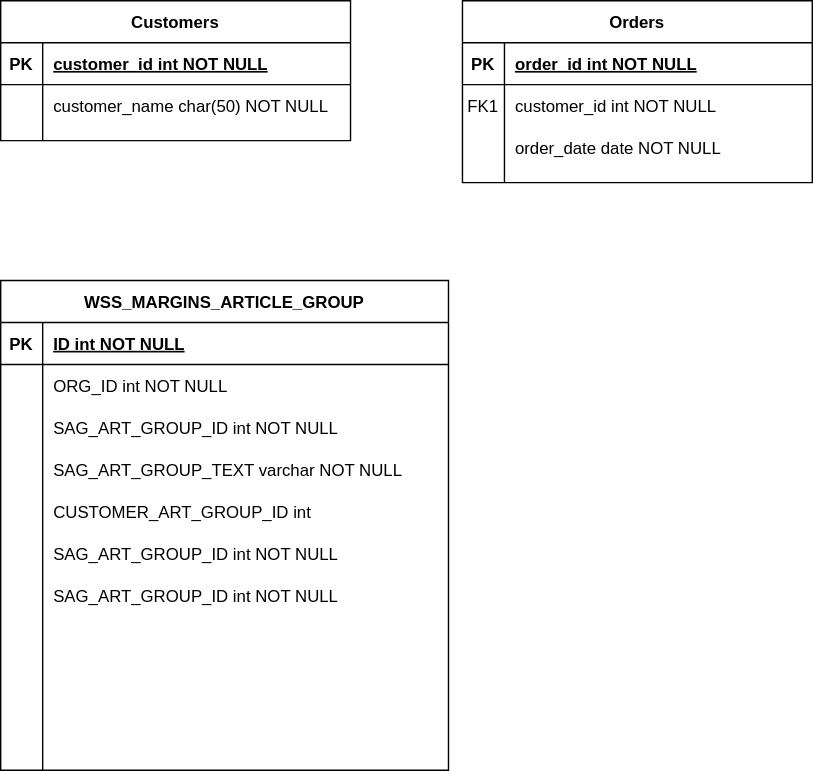
This is Untitled Diagram.svg from hiendn1992/Algo, a draw.io export, as it was before one commit. Source tidied: cells renumbered, new cells last; positions are measured from the earlier drawing's top-left corner, leaving out a move shared by most shapes.
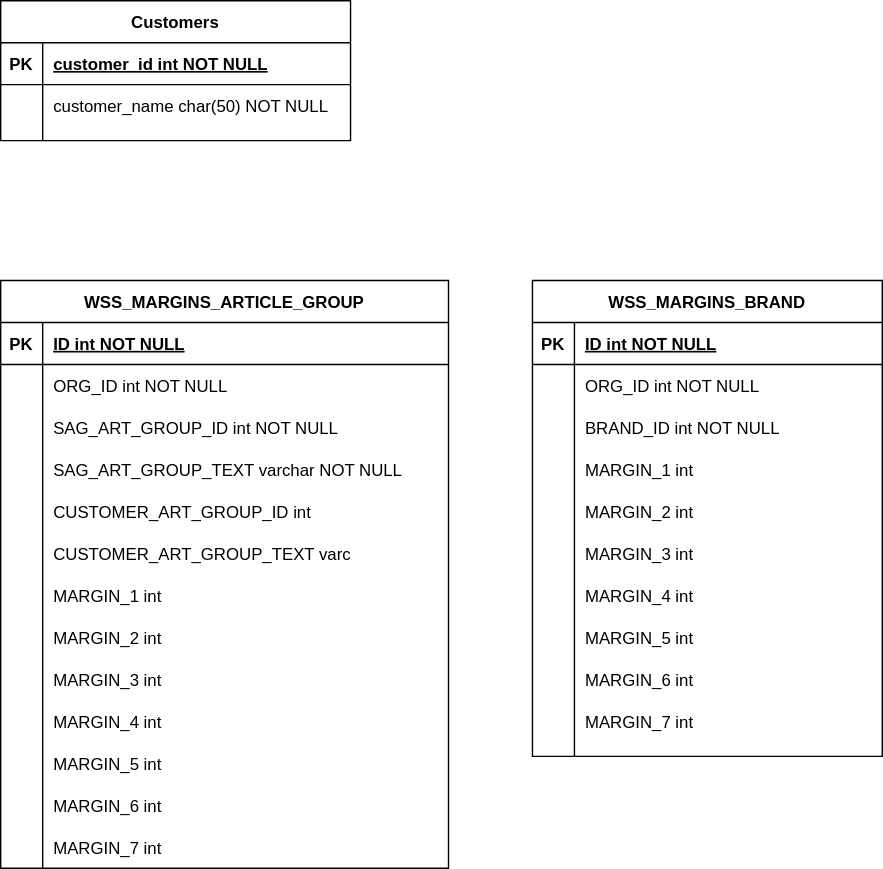
Later version of the same file.

Diff of the diagram source:
```diff
@@ -2,8 +2,8 @@
   <root>
     <mxCell id="0" />
     <mxCell id="1" parent="0" />
-    <mxCell id="2" value="Orders" style="shape=table;startSize=30;rowLines=0;fontStyle=1;align=center;" parent="1" vertex="1">
-      <mxGeometry x="330" width="250" height="130" as="geometry" />
+    <mxCell id="2" value="WSS_MARGINS_BRAND" style="shape=table;startSize=30;rowLines=0;fontStyle=1;align=center;" parent="1" vertex="1">
+      <mxGeometry x="380" y="200" width="250" height="340" as="geometry" />
     </mxCell>
     <mxCell id="3" style="shape=partialRectangle;fillColor=none;top=0;left=0;right=0;bottom=1;" parent="2" vertex="1">
       <mxGeometry y="30" width="250" height="30" as="geometry" />
@@ -11,16 +11,16 @@
     <mxCell id="4" value="PK" style="shape=partialRectangle;overflow=hidden;fillColor=none;top=0;left=0;bottom=0;right=0;fontStyle=1;" parent="3" vertex="1">
       <mxGeometry width="30" height="30" as="geometry" />
     </mxCell>
-    <mxCell id="5" value="order_id int NOT NULL " style="shape=partialRectangle;overflow=hidden;fillColor=none;top=0;left=0;bottom=0;right=0;align=left;spacingLeft=6;fontStyle=5;" parent="3" vertex="1">
+    <mxCell id="5" value="ID int NOT NULL" style="shape=partialRectangle;overflow=hidden;fillColor=none;top=0;left=0;bottom=0;right=0;align=left;spacingLeft=6;fontStyle=5;" parent="3" vertex="1">
       <mxGeometry x="30" width="220" height="30" as="geometry" />
     </mxCell>
     <mxCell id="6" style="shape=partialRectangle;fillColor=none;top=0;left=0;right=0;bottom=0;" parent="2" vertex="1">
       <mxGeometry y="60" width="250" height="30" as="geometry" />
     </mxCell>
-    <mxCell id="7" value="FK1" style="shape=partialRectangle;overflow=hidden;fillColor=none;top=0;left=0;bottom=0;right=0;" parent="6" vertex="1">
+    <mxCell id="7" style="shape=partialRectangle;overflow=hidden;fillColor=none;top=0;left=0;bottom=0;right=0;" parent="6" vertex="1">
       <mxGeometry width="30" height="30" as="geometry" />
     </mxCell>
-    <mxCell id="8" value="customer_id int NOT NULL" style="shape=partialRectangle;overflow=hidden;fillColor=none;top=0;left=0;bottom=0;right=0;align=left;spacingLeft=6;" parent="6" vertex="1">
+    <mxCell id="8" value="ORG_ID int NOT NULL" style="shape=partialRectangle;overflow=hidden;fillColor=none;top=0;left=0;bottom=0;right=0;align=left;spacingLeft=6;" parent="6" vertex="1">
       <mxGeometry x="30" width="220" height="30" as="geometry" />
     </mxCell>
     <mxCell id="9" style="shape=partialRectangle;fillColor=none;top=0;left=0;right=0;bottom=0;" parent="2" vertex="1">
@@ -29,11 +29,11 @@
     <mxCell id="10" style="shape=partialRectangle;overflow=hidden;fillColor=none;top=0;left=0;bottom=0;right=0;" parent="9" vertex="1">
       <mxGeometry width="30" height="30" as="geometry" />
     </mxCell>
-    <mxCell id="11" value="order_date date NOT NULL" style="shape=partialRectangle;overflow=hidden;fillColor=none;top=0;left=0;bottom=0;right=0;align=left;spacingLeft=6;" parent="9" vertex="1">
+    <mxCell id="11" value="BRAND_ID int NOT NULL" style="shape=partialRectangle;overflow=hidden;fillColor=none;top=0;left=0;bottom=0;right=0;align=left;spacingLeft=6;" parent="9" vertex="1">
       <mxGeometry x="30" width="220" height="30" as="geometry" />
     </mxCell>
     <mxCell id="12" value="WSS_MARGINS_ARTICLE_GROUP" style="shape=table;startSize=30;rowLines=0;fontStyle=1;align=center;" parent="1" vertex="1">
-      <mxGeometry y="200" width="320" height="350" as="geometry" />
+      <mxGeometry y="200" width="320" height="420" as="geometry" />
     </mxCell>
     <mxCell id="13" style="shape=partialRectangle;fillColor=none;top=0;left=0;right=0;bottom=1;" parent="12" vertex="1">
       <mxGeometry y="30" width="320" height="30" as="geometry" />
@@ -89,11 +89,50 @@
     <mxCell id="30" value="CUSTOMER_ART_GROUP_ID int" style="shape=partialRectangle;overflow=hidden;fillColor=none;top=0;left=0;bottom=0;right=0;align=left;spacingLeft=6;" parent="1" vertex="1">
       <mxGeometry x="30" y="350" width="220" height="30" as="geometry" />
     </mxCell>
-    <mxCell id="31" value="SAG_ART_GROUP_ID int NOT NULL" style="shape=partialRectangle;overflow=hidden;fillColor=none;top=0;left=0;bottom=0;right=0;align=left;spacingLeft=6;" parent="1" vertex="1">
+    <mxCell id="31" value="CUSTOMER_ART_GROUP_TEXT varchar" style="shape=partialRectangle;overflow=hidden;fillColor=none;top=0;left=0;bottom=0;right=0;align=left;spacingLeft=6;" parent="1" vertex="1">
       <mxGeometry x="30" y="380" width="220" height="30" as="geometry" />
     </mxCell>
-    <mxCell id="32" value="SAG_ART_GROUP_ID int NOT NULL" style="shape=partialRectangle;overflow=hidden;fillColor=none;top=0;left=0;bottom=0;right=0;align=left;spacingLeft=6;" parent="1" vertex="1">
+    <mxCell id="32" value="MARGIN_1 int" style="shape=partialRectangle;overflow=hidden;fillColor=none;top=0;left=0;bottom=0;right=0;align=left;spacingLeft=6;" parent="1" vertex="1">
       <mxGeometry x="30" y="410" width="220" height="30" as="geometry" />
     </mxCell>
+    <mxCell id="33" value="MARGIN_2 int" style="shape=partialRectangle;overflow=hidden;fillColor=none;top=0;left=0;bottom=0;right=0;align=left;spacingLeft=6;" parent="1" vertex="1">
+      <mxGeometry x="30" y="440" width="220" height="30" as="geometry" />
+    </mxCell>
+    <mxCell id="34" value="MARGIN_3 int" style="shape=partialRectangle;overflow=hidden;fillColor=none;top=0;left=0;bottom=0;right=0;align=left;spacingLeft=6;" parent="1" vertex="1">
+      <mxGeometry x="30" y="470" width="220" height="30" as="geometry" />
+    </mxCell>
+    <mxCell id="35" value="MARGIN_4 int" style="shape=partialRectangle;overflow=hidden;fillColor=none;top=0;left=0;bottom=0;right=0;align=left;spacingLeft=6;" parent="1" vertex="1">
+      <mxGeometry x="30" y="500" width="220" height="30" as="geometry" />
+    </mxCell>
+    <mxCell id="36" value="MARGIN_5 int" style="shape=partialRectangle;overflow=hidden;fillColor=none;top=0;left=0;bottom=0;right=0;align=left;spacingLeft=6;" parent="1" vertex="1">
+      <mxGeometry x="30" y="530" width="220" height="30" as="geometry" />
+    </mxCell>
+    <mxCell id="37" value="MARGIN_6 int" style="shape=partialRectangle;overflow=hidden;fillColor=none;top=0;left=0;bottom=0;right=0;align=left;spacingLeft=6;" parent="1" vertex="1">
+      <mxGeometry x="30" y="560" width="220" height="30" as="geometry" />
+    </mxCell>
+    <mxCell id="38" value="MARGIN_7 int" style="shape=partialRectangle;overflow=hidden;fillColor=none;top=0;left=0;bottom=0;right=0;align=left;spacingLeft=6;" parent="1" vertex="1">
+      <mxGeometry x="30" y="590" width="220" height="30" as="geometry" />
+    </mxCell>
+    <mxCell id="39" value="MARGIN_1 int" style="shape=partialRectangle;overflow=hidden;fillColor=none;top=0;left=0;bottom=0;right=0;align=left;spacingLeft=6;" parent="1" vertex="1">
+      <mxGeometry x="410" y="320" width="220" height="30" as="geometry" />
+    </mxCell>
+    <mxCell id="40" value="MARGIN_2 int" style="shape=partialRectangle;overflow=hidden;fillColor=none;top=0;left=0;bottom=0;right=0;align=left;spacingLeft=6;" parent="1" vertex="1">
+      <mxGeometry x="410" y="350" width="220" height="30" as="geometry" />
+    </mxCell>
+    <mxCell id="41" value="MARGIN_3 int" style="shape=partialRectangle;overflow=hidden;fillColor=none;top=0;left=0;bottom=0;right=0;align=left;spacingLeft=6;" parent="1" vertex="1">
+      <mxGeometry x="410" y="380" width="220" height="30" as="geometry" />
+    </mxCell>
+    <mxCell id="42" value="MARGIN_4 int" style="shape=partialRectangle;overflow=hidden;fillColor=none;top=0;left=0;bottom=0;right=0;align=left;spacingLeft=6;" parent="1" vertex="1">
+      <mxGeometry x="410" y="410" width="220" height="30" as="geometry" />
+    </mxCell>
+    <mxCell id="43" value="MARGIN_5 int" style="shape=partialRectangle;overflow=hidden;fillColor=none;top=0;left=0;bottom=0;right=0;align=left;spacingLeft=6;" parent="1" vertex="1">
+      <mxGeometry x="410" y="440" width="220" height="30" as="geometry" />
+    </mxCell>
+    <mxCell id="44" value="MARGIN_6 int" style="shape=partialRectangle;overflow=hidden;fillColor=none;top=0;left=0;bottom=0;right=0;align=left;spacingLeft=6;" parent="1" vertex="1">
+      <mxGeometry x="410" y="470" width="220" height="30" as="geometry" />
+    </mxCell>
+    <mxCell id="45" value="MARGIN_7 int" style="shape=partialRectangle;overflow=hidden;fillColor=none;top=0;left=0;bottom=0;right=0;align=left;spacingLeft=6;" parent="1" vertex="1">
+      <mxGeometry x="410" y="500" width="220" height="30" as="geometry" />
+    </mxCell>
   </root>
 </mxGraphModel>
```
